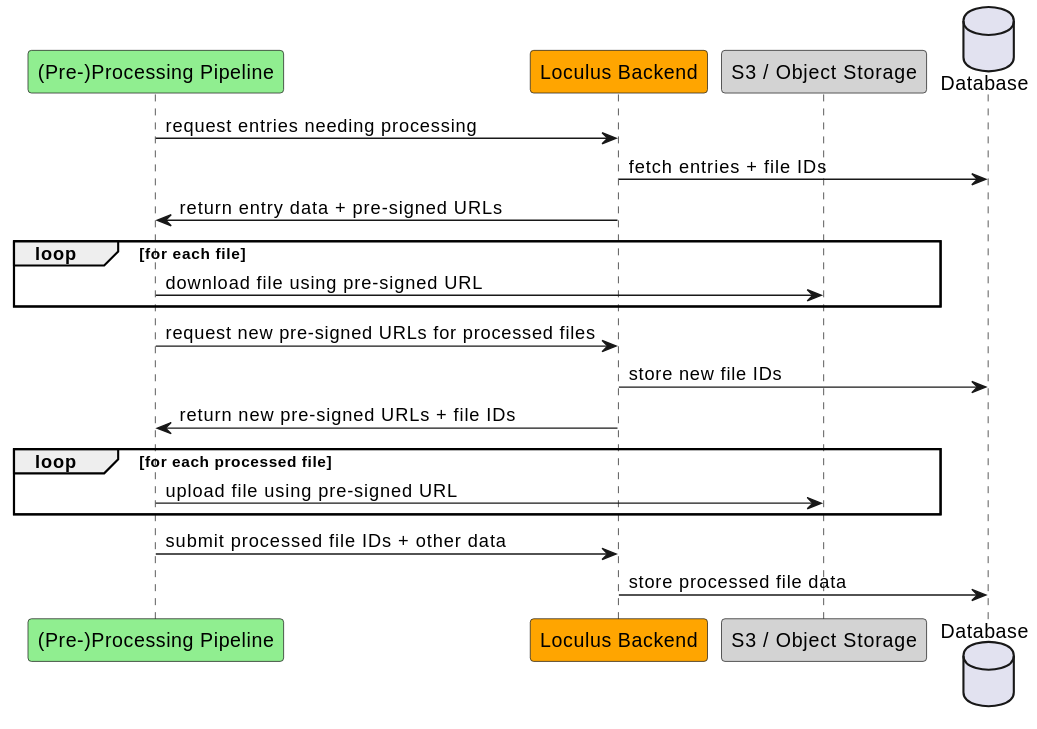
Before: backend/docs/plantuml/sequenceFileSharingPrepro.svg, a diagram exported from PlantUML (loculus-project/loculus).
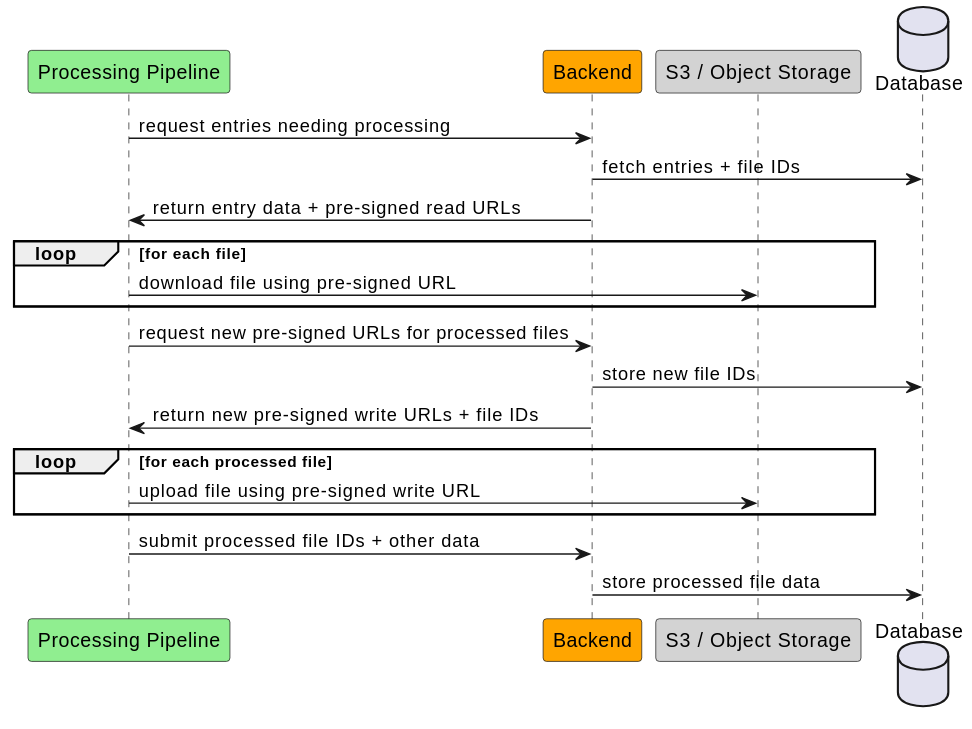
Above is the later version.

Change to the diagram source:
```diff
@@ -1,12 +1,12 @@
 @startuml
-    participant "(Pre-)Processing Pipeline" as pipeline #LightGreen
-    participant "Loculus Backend" as backend #Orange
+    participant "Processing Pipeline" as pipeline #LightGreen
+    participant "Backend" as backend #Orange
     participant "S3 / Object Storage" as s3 #LightGray
     database "Database" as DB
 
     pipeline -> backend: request entries needing processing
     backend -> DB: fetch entries + file IDs
-    backend -> pipeline: return entry data + pre-signed URLs
+    backend -> pipeline: return entry data + pre-signed read URLs
 
     loop for each file
         pipeline -> s3: download file using pre-signed URL
@@ -14,10 +14,10 @@
 
     pipeline -> backend: request new pre-signed URLs for processed files
     backend -> DB: store new file IDs
-    backend -> pipeline: return new pre-signed URLs + file IDs
+    backend -> pipeline: return new pre-signed write URLs + file IDs
 
     loop for each processed file
-        pipeline -> s3: upload file using pre-signed URL
+        pipeline -> s3: upload file using pre-signed write URL
     end loop
 
     pipeline -> backend: submit processed file IDs + other data
```
